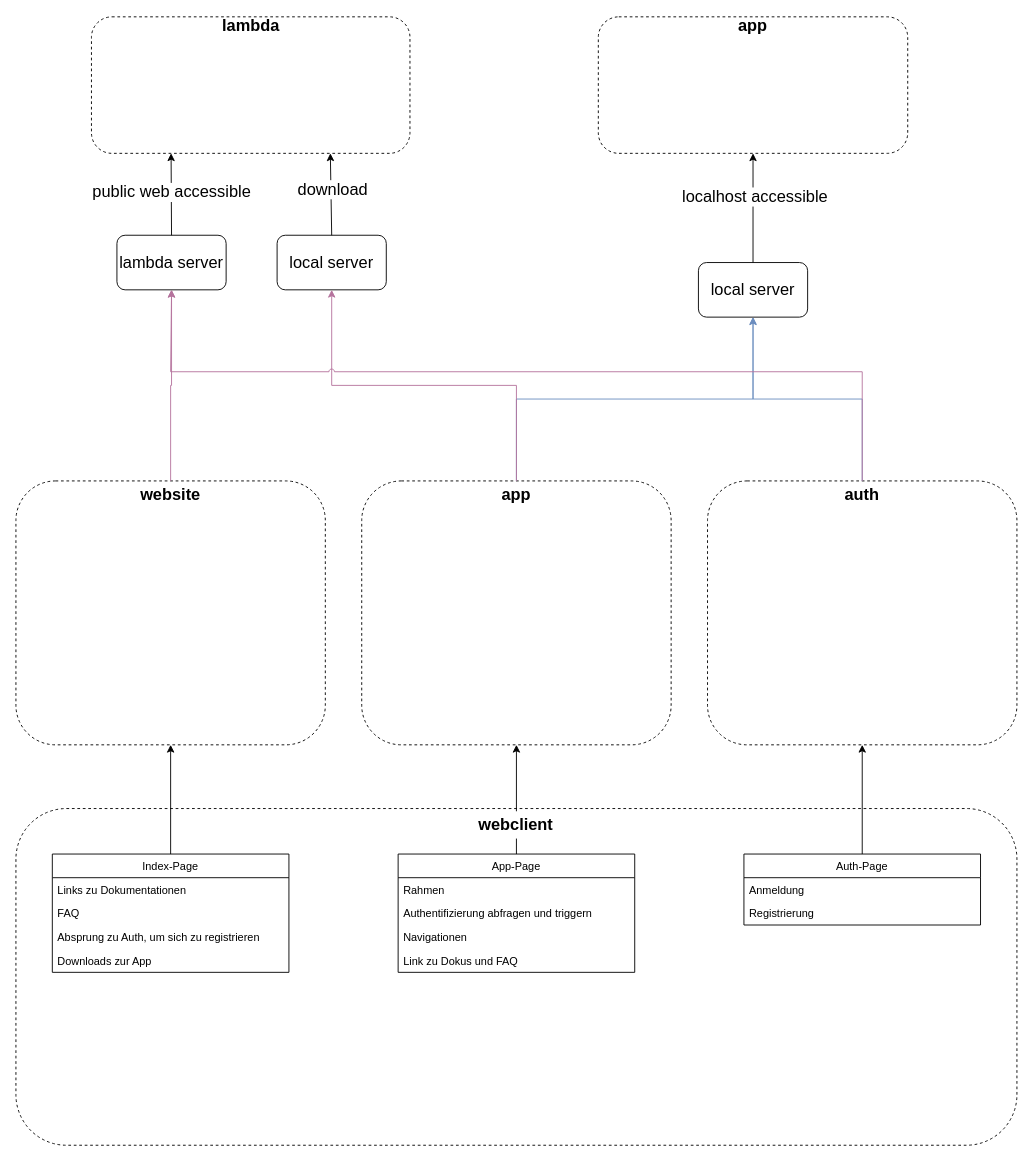
TimoSto/ThesorTeX keeps this draw.io diagram as diagrams/application_model.drawio. Above is the earlier version. Source tidied: cells renumbered, new cells numbered last; positions are measured from the earlier drawing's top-left corner, leaving out a move shared by most shapes. Both pictures are drawn from the tidied source at 91%, with x=0, y=0 at pixel (15, 16).
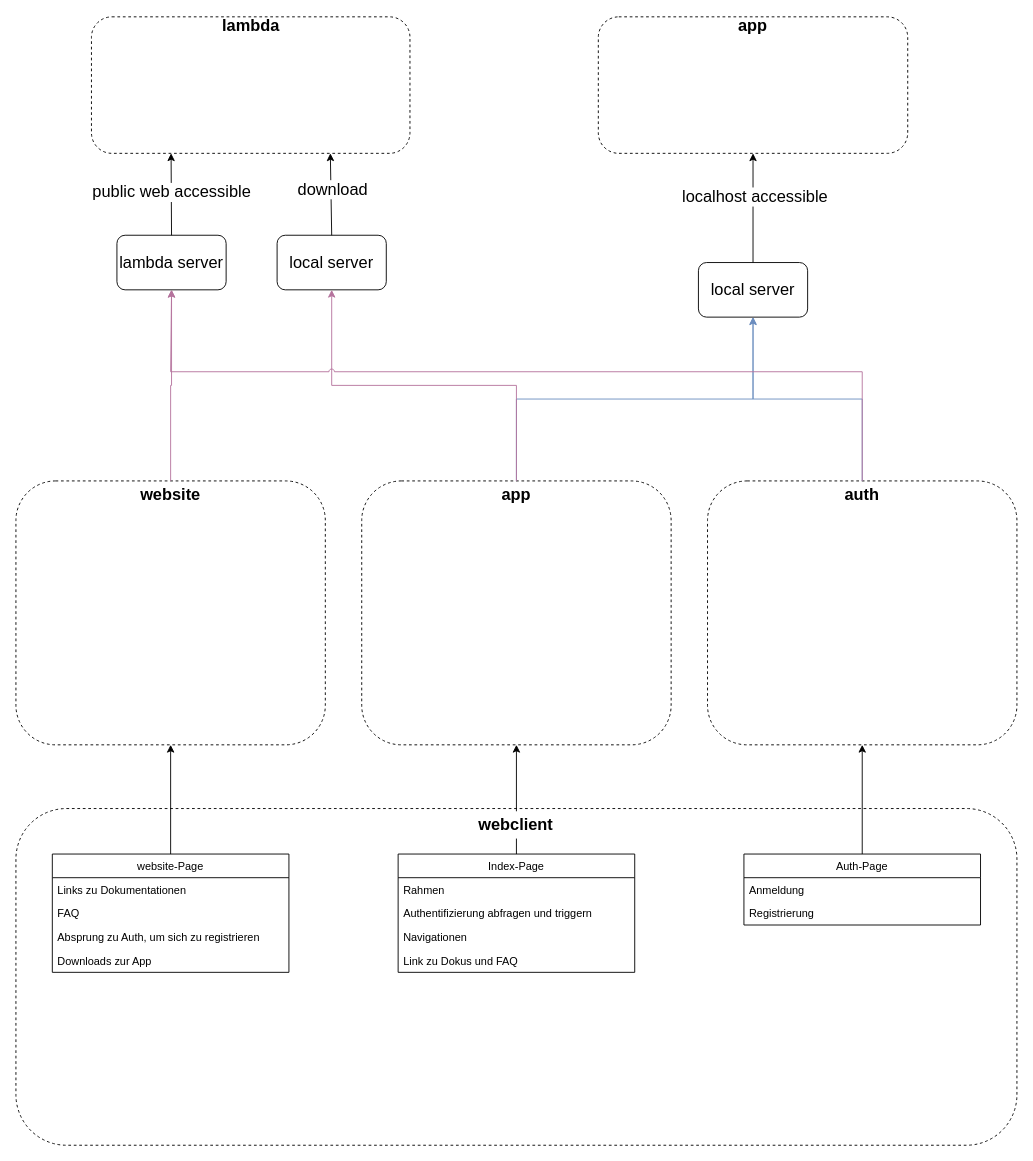
The same page after the edit.

Unchanged cells that the change refers to:
```xml
<mxCell id="12" style="group;" parent="1" vertex="1">
  <mxGeometry y="870" width="1100" height="370" as="geometry" />
</mxCell>
```

Change to the diagram source:
```diff
@@
-    <mxCell id="15" value="Index-Page" style="swimlane;fontStyle=0;horizontal=1;startSize=26;fillColor=none;" parent="12" vertex="1">
+    <mxCell id="15" value="website-Page" style="swimlane;fontStyle=0;horizontal=1;startSize=26;fillColor=none;" parent="12" vertex="1">
       <mxGeometry x="40" y="50" width="260" height="130" as="geometry" />
     </mxCell>
@@
-    <mxCell id="20" value="App-Page" style="swimlane;fontStyle=0;horizontal=1;startSize=26;fillColor=none;" parent="12" vertex="1">
+    <mxCell id="20" value="Index-Page" style="swimlane;fontStyle=0;horizontal=1;startSize=26;fillColor=none;" parent="12" vertex="1">
       <mxGeometry x="420" y="50" width="260" height="130" as="geometry" />
     </mxCell>
```
